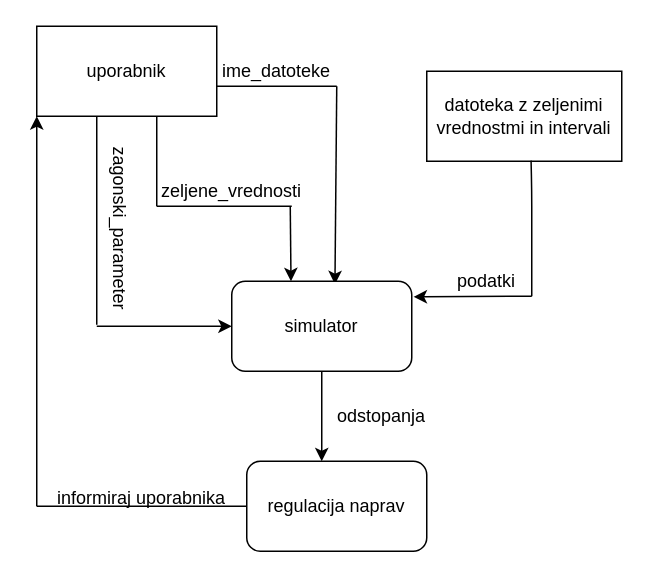
Above: page "Page-1" (1 of 2) of diagram toka podatkov.drawio in OPI-v-v/simulator (draw.io), before the change. Source tidied: cells renumbered, new cells numbered last; positions are measured from the earlier drawing's top-left corner, leaving out a move shared by most shapes. Both pictures are drawn from the tidied source at 150%, with x=0, y=0 at pixel (36, 26).
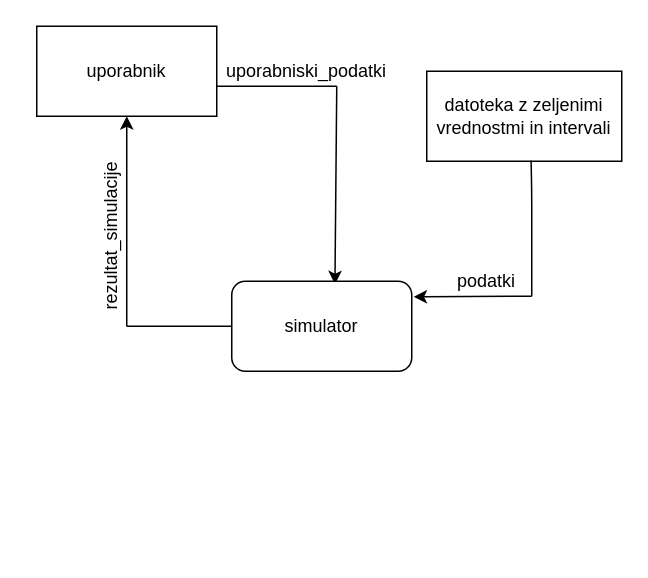
Above is the later version.

Unchanged cells that the change refers to:
```xml
<mxCell id="2" value="uporabnik" style="rounded=0;whiteSpace=wrap;html=1;" parent="1" vertex="1">
  <mxGeometry width="120" height="60" as="geometry" />
</mxCell>
<mxCell id="17" value="simulator" style="rounded=1;whiteSpace=wrap;html=1;" parent="1" vertex="1">
  <mxGeometry x="130" y="170" width="120" height="60" as="geometry" />
</mxCell>
```

Change to the diagram source:
```diff
@@
-    <mxCell id="4" style="endArrow=classic;html=1;entryX=0;entryY=0.5;entryDx=0;entryDy=0;" parent="1" edge="1">
-      <mxGeometry relative="1" as="geometry">
-        <mxPoint x="40" y="200" as="sourcePoint" />
-        <mxPoint x="130" y="200" as="targetPoint" />
-      </mxGeometry>
-    </mxCell>
-    <mxCell id="5" style="endArrow=none;html=1;" parent="1" edge="1">
-      <mxGeometry relative="1" as="geometry">
-        <mxPoint x="40" y="199" as="sourcePoint" />
-        <mxPoint x="40" y="60" as="targetPoint" />
-      </mxGeometry>
-    </mxCell>
-    <mxCell id="6" value="zagonski_parameter" style="text;html=1;strokeColor=none;fillColor=none;align=center;verticalAlign=middle;whiteSpace=wrap;rounded=0;rotation=90;" parent="1" vertex="1">
-      <mxGeometry x="20" y="120" width="70" height="30" as="geometry" />
-    </mxCell>
-    <mxCell id="7" style="endArrow=none;html=1;" parent="1" edge="1">
-      <mxGeometry relative="1" as="geometry">
-        <mxPoint x="80" y="60" as="sourcePoint" />
-        <mxPoint x="80" y="120" as="targetPoint" />
-      </mxGeometry>
-    </mxCell>
-    <mxCell id="8" style="endArrow=classic;html=1;entryX=0.329;entryY=0;entryDx=0;entryDy=0;entryPerimeter=0;" parent="1" edge="1">
-      <mxGeometry relative="1" as="geometry">
-        <mxPoint x="169" y="120" as="sourcePoint" />
-        <mxPoint x="169.5" y="170" as="targetPoint" />
-      </mxGeometry>
-    </mxCell>
@@
-    <mxCell id="11" style="endArrow=classic;html=1;exitX=0.5;exitY=1;exitDx=0;exitDy=0;" parent="1" edge="1" source="17">
-      <mxGeometry relative="1" as="geometry">
-        <mxPoint x="190" y="290" as="targetPoint" />
-      </mxGeometry>
-    </mxCell>
-    <mxCell id="12" style="endArrow=none;html=1;" parent="1" edge="1">
-      <mxGeometry relative="1" as="geometry">
-        <mxPoint x="80" y="120" as="sourcePoint" />
-        <mxPoint x="170" y="120" as="targetPoint" />
-      </mxGeometry>
-    </mxCell>
@@
-    <mxCell id="15" value="ime_datoteke" style="text;html=1;strokeColor=none;fillColor=none;align=center;verticalAlign=middle;whiteSpace=wrap;rounded=0;" parent="1" vertex="1">
-      <mxGeometry x="120" y="20" width="80" height="20" as="geometry" />
-    </mxCell>
@@
-    <mxCell id="18" value="odstopanja" style="text;html=1;strokeColor=none;fillColor=none;align=center;verticalAlign=middle;whiteSpace=wrap;rounded=0;" parent="1" vertex="1">
-      <mxGeometry x="190" y="250" width="80" height="20" as="geometry" />
-    </mxCell>
-    <mxCell id="19" value="regulacija naprav" style="rounded=1;whiteSpace=wrap;html=1;" parent="1" vertex="1">
-      <mxGeometry x="140" y="290" width="120" height="60" as="geometry" />
-    </mxCell>
-    <mxCell id="20" style="endArrow=none;html=1;" parent="1" edge="1">
-      <mxGeometry relative="1" as="geometry">
-        <mxPoint y="320" as="sourcePoint" />
-        <mxPoint x="140" y="320" as="targetPoint" />
-      </mxGeometry>
-    </mxCell>
-    <mxCell id="21" style="endArrow=classic;html=1;entryX=0;entryY=1;entryDx=0;entryDy=0;" parent="1" edge="1" target="2">
-      <mxGeometry relative="1" as="geometry">
-        <mxPoint y="320" as="sourcePoint" />
-      </mxGeometry>
-    </mxCell>
-    <mxCell id="22" value="&lt;br&gt;&lt;br&gt;&lt;span style=&quot;font-family: &amp;#34;helvetica&amp;#34;&quot;&gt;informiraj uporabnika&lt;/span&gt;" style="text;html=1;strokeColor=none;fillColor=none;align=center;verticalAlign=middle;whiteSpace=wrap;rounded=0;" parent="1" vertex="1">
-      <mxGeometry x="10" y="290" width="120" height="20" as="geometry" />
-    </mxCell>
-    <mxCell id="23" value="zeljene_vrednosti" style="text;html=1;strokeColor=none;fillColor=none;align=center;verticalAlign=middle;whiteSpace=wrap;rounded=0;" parent="1" vertex="1">
-      <mxGeometry x="70" y="100" width="120" height="20" as="geometry" />
-    </mxCell>
+    <mxCell id="24" value="uporabniski_podatki" style="text;html=1;strokeColor=none;fillColor=none;align=center;verticalAlign=middle;whiteSpace=wrap;rounded=0;" parent="1" vertex="1">
+      <mxGeometry x="160" y="20" width="40" height="20" as="geometry" />
+    </mxCell>
+    <mxCell id="25" style="endArrow=classic;html=1;" parent="1" edge="1">
+      <mxGeometry relative="1" as="geometry">
+        <mxPoint x="60" y="200" as="sourcePoint" />
+        <mxPoint x="60" y="60" as="targetPoint" />
+      </mxGeometry>
+    </mxCell>
+    <mxCell id="26" style="endArrow=none;html=1;entryX=0;entryY=0.5;entryDx=0;entryDy=0;" parent="1" edge="1" target="17">
+      <mxGeometry relative="1" as="geometry">
+        <mxPoint x="60" y="200" as="sourcePoint" />
+      </mxGeometry>
+    </mxCell>
+    <mxCell id="27" value="rezultat_simulacije" style="text;html=1;strokeColor=none;fillColor=none;align=center;verticalAlign=middle;whiteSpace=wrap;rounded=0;rotation=-90;" parent="1" vertex="1">
+      <mxGeometry x="30" y="130" width="40" height="20" as="geometry" />
+    </mxCell>
```
